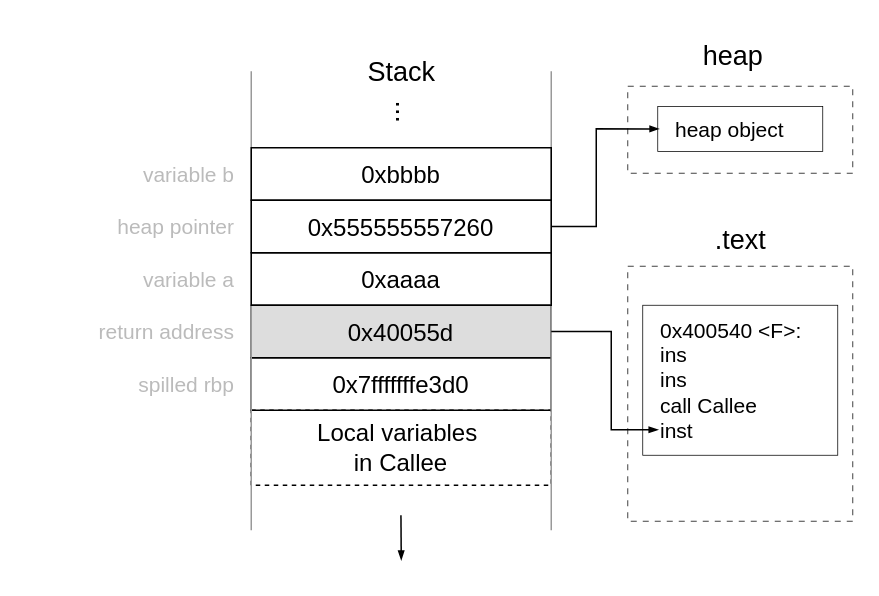
fberlakovich/dissertation keeps this draw.io diagram as page "normal-stack" (2 of 9) of figures/drawio/r2c.drawio. Above is the earlier version. Source tidied: cells renumbered, new cells numbered last; positions are measured from the earlier drawing's top-left corner, leaving out a move shared by most shapes. Both pictures are drawn from the tidied source at 150%, with x=0, y=0 at pixel (26, 26).
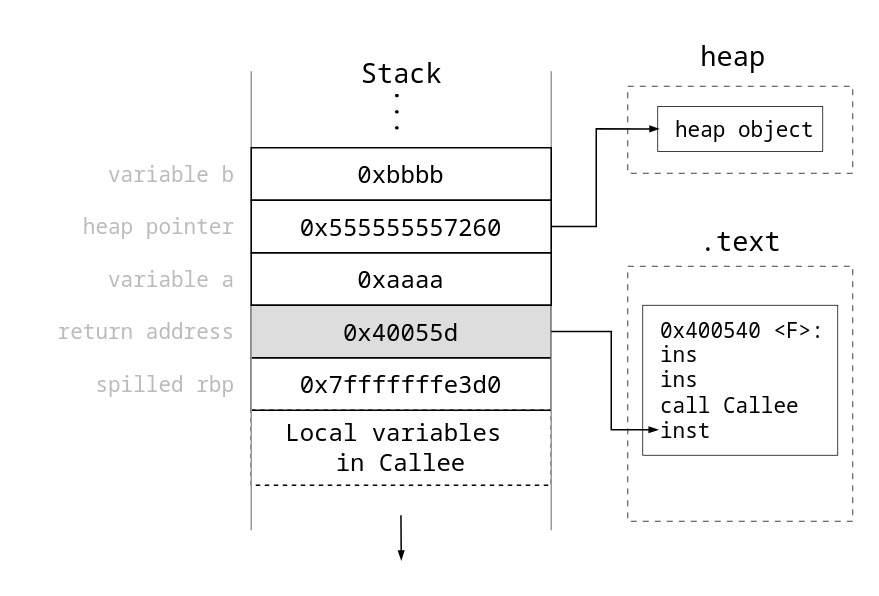
The same page after the edit.

The edit, as a diff of the source:
```diff
@@
-    <mxCell id="2" value="&lt;span style=&quot;color: rgb(0, 0, 0);&quot;&gt;Local variables&amp;nbsp;&lt;/span&gt;&lt;div&gt;&lt;span style=&quot;color: rgb(0, 0, 0);&quot;&gt;in Callee&lt;/span&gt;&lt;/div&gt;" style="rounded=0;whiteSpace=wrap;html=1;shadow=0;strokeColor=default;strokeWidth=1;fontFamily=Fira Code;fontSize=16;fontColor=#C00000;fillColor=none;gradientColor=none;fontStyle=0;dashed=1;" parent="1" vertex="1">
+    <mxCell id="2" value="&lt;span style=&quot;color: rgb(0, 0, 0);&quot;&gt;Local variables&amp;nbsp;&lt;/span&gt;&lt;div&gt;&lt;span style=&quot;color: rgb(0, 0, 0);&quot;&gt;in Callee&lt;/span&gt;&lt;/div&gt;" style="rounded=0;whiteSpace=wrap;html=1;shadow=0;strokeColor=default;strokeWidth=1;fontFamily=Noto Sans Mono;fontSize=16;fontColor=#C00000;fillColor=none;gradientColor=none;fontStyle=0;dashed=1;" parent="1" vertex="1">
       <mxGeometry x="150" y="256" width="200" height="50" as="geometry" />
     </mxCell>
-    <mxCell id="3" style="rounded=0;whiteSpace=wrap;html=1;shadow=0;strokeColor=default;strokeWidth=0.5;fontFamily=Fira Code;fontSize=18;fontColor=default;fillColor=none;dashed=1;dashPattern=8 8;" parent="1" vertex="1">
+    <mxCell id="3" style="rounded=0;whiteSpace=wrap;html=1;shadow=0;strokeColor=default;strokeWidth=0.5;fontFamily=Noto Sans Mono;fontSize=18;fontColor=default;fillColor=none;dashed=1;dashPattern=8 8;" parent="1" vertex="1">
       <mxGeometry x="401" y="160" width="150" height="170" as="geometry" />
     </mxCell>
-    <mxCell id="4" value="&lt;span style=&quot;color: rgb(0, 0, 0);&quot;&gt;0x7fffffffe3d0&lt;/span&gt;" style="rounded=0;whiteSpace=wrap;html=1;shadow=0;strokeColor=default;strokeWidth=1;fontFamily=Fira Code;fontSize=16;fontColor=#C00000;fillColor=none;gradientColor=none;fontStyle=0;" parent="1" vertex="1">
+    <mxCell id="4" value="&lt;span style=&quot;color: rgb(0, 0, 0);&quot;&gt;0x7fffffffe3d0&lt;/span&gt;" style="rounded=0;whiteSpace=wrap;html=1;shadow=0;strokeColor=default;strokeWidth=1;fontFamily=Noto Sans Mono;fontSize=16;fontColor=#C00000;fillColor=none;gradientColor=none;fontStyle=0;" parent="1" vertex="1">
       <mxGeometry x="150" y="221" width="200" height="35" as="geometry" />
     </mxCell>
-    <mxCell id="5" value="0x40055d" style="rounded=0;whiteSpace=wrap;html=1;shadow=0;strokeColor=default;strokeWidth=1;fontFamily=Fira Code;fontSize=16;fontColor=default;fillColor=#DDDDDD;fillStyle=solid;" parent="1" vertex="1">
+    <mxCell id="5" value="0x40055d" style="rounded=0;whiteSpace=wrap;html=1;shadow=0;strokeColor=default;strokeWidth=1;fontFamily=Noto Sans Mono;fontSize=16;fontColor=default;fillColor=#DDDDDD;fillStyle=solid;" parent="1" vertex="1">
       <mxGeometry x="150" y="186" width="200" height="35" as="geometry" />
     </mxCell>
-    <mxCell id="6" value="return address" style="text;html=1;align=right;verticalAlign=middle;strokeColor=none;fillColor=none;fontFamily=Fira Code;fontSize=14;fontColor=#BBBBBB;" parent="1" vertex="1">
+    <mxCell id="6" value="return address" style="text;html=1;align=right;verticalAlign=middle;strokeColor=none;fillColor=none;fontFamily=Noto Sans Mono;fontSize=14;fontColor=#BBBBBB;" parent="1" vertex="1">
       <mxGeometry y="188.5" width="140" height="30" as="geometry" />
     </mxCell>
-    <mxCell id="7" value="spilled rbp" style="text;html=1;align=right;verticalAlign=middle;strokeColor=none;fillColor=none;fontFamily=Fira Code;fontSize=14;fontColor=#BBBBBB;" parent="1" vertex="1">
+    <mxCell id="7" value="spilled rbp" style="text;html=1;align=right;verticalAlign=middle;strokeColor=none;fillColor=none;fontFamily=Noto Sans Mono;fontSize=14;fontColor=#BBBBBB;" parent="1" vertex="1">
       <mxGeometry x="20" y="223.5" width="120" height="30" as="geometry" />
     </mxCell>
-    <mxCell id="8" style="endArrow=none;html=1;rounded=1;strokeColor=#999999;fontFamily=Fira Code;fontSize=18;" parent="1" edge="1">
+    <mxCell id="8" style="endArrow=none;html=1;rounded=1;strokeColor=#999999;fontFamily=Noto Sans Mono;fontSize=18;" parent="1" edge="1">
       <mxGeometry relative="1" as="geometry">
         <mxPoint x="150" y="336" as="sourcePoint" />
         <mxPoint x="150" y="30" as="targetPoint" />
       </mxGeometry>
     </mxCell>
-    <mxCell id="9" value="Stack" style="text;html=1;align=center;verticalAlign=middle;strokeColor=none;fillColor=none;fontFamily=Fira Code;fontSize=18;fontColor=default;fontStyle=0;" parent="1" vertex="1">
+    <mxCell id="9" value="Stack" style="text;html=1;align=center;verticalAlign=middle;strokeColor=none;fillColor=none;fontFamily=Noto Sans Mono;fontSize=18;fontColor=default;fontStyle=0;" parent="1" vertex="1">
       <mxGeometry x="210" y="11" width="80" height="40" as="geometry" />
     </mxCell>
-    <mxCell id="10" value="..." style="text;html=1;align=center;verticalAlign=top;strokeColor=none;fillColor=none;fontFamily=Fira Code;fontSize=18;fontColor=default;rotation=90;" parent="1" vertex="1">
+    <mxCell id="10" value="..." style="text;html=1;align=center;verticalAlign=top;strokeColor=none;fillColor=none;fontFamily=Noto Sans Mono;fontSize=18;fontColor=default;rotation=90;" parent="1" vertex="1">
       <mxGeometry x="220" y="37" width="60" height="40" as="geometry" />
     </mxCell>
-    <mxCell id="11" style="endArrow=blockThin;html=1;rounded=1;strokeColor=#000000;fontFamily=Fira Code;fontSize=16;endFill=1;endSize=4;" parent="1" edge="1">
+    <mxCell id="11" style="endArrow=blockThin;html=1;rounded=1;strokeColor=#000000;fontFamily=Noto Sans Mono;fontSize=16;endFill=1;endSize=4;" parent="1" edge="1">
       <mxGeometry relative="1" as="geometry">
         <mxPoint x="249.8" y="326" as="sourcePoint" />
         <mxPoint x="250" y="356" as="targetPoint" />
       </mxGeometry>
     </mxCell>
-    <mxCell id="12" style="endArrow=none;html=1;rounded=1;strokeColor=#999999;fontFamily=Fira Code;fontSize=18;" parent="1" edge="1">
+    <mxCell id="12" style="endArrow=none;html=1;rounded=1;strokeColor=#999999;fontFamily=Noto Sans Mono;fontSize=18;" parent="1" edge="1">
       <mxGeometry relative="1" as="geometry">
         <mxPoint x="350" y="336" as="sourcePoint" />
         <mxPoint x="350" y="30" as="targetPoint" />
       </mxGeometry>
     </mxCell>
-    <mxCell id="13" value="0x400540 &amp;lt;F&amp;gt;:&lt;div&gt;ins&lt;/div&gt;&lt;div&gt;ins&lt;/div&gt;&lt;div&gt;call Callee&lt;/div&gt;&lt;div&gt;inst&lt;/div&gt;" style="text;html=1;align=left;verticalAlign=middle;points=[[0.08,0.83,0,0,0]];strokeColor=default;fillColor=none;fontFamily=Fira Code;fontSize=14;fontColor=default;strokeWidth=0.5;spacingLeft=10;spacing=2;spacingRight=-7;" parent="1" vertex="1">
+    <mxCell id="13" value="0x400540 &amp;lt;F&amp;gt;:&lt;div&gt;ins&lt;/div&gt;&lt;div&gt;ins&lt;/div&gt;&lt;div&gt;call Callee&lt;/div&gt;&lt;div&gt;inst&lt;/div&gt;" style="text;html=1;align=left;verticalAlign=middle;points=[[0.08,0.83,0,0,0]];strokeColor=default;fillColor=none;fontFamily=Noto Sans Mono;fontSize=14;fontColor=default;strokeWidth=0.5;spacingLeft=10;spacing=2;spacingRight=-7;" parent="1" vertex="1">
       <mxGeometry x="411" y="186" width="130" height="100" as="geometry" />
     </mxCell>
-    <mxCell id="14" value=".text" style="text;html=1;align=center;verticalAlign=middle;strokeColor=none;fillColor=none;fontFamily=Fira Code;fontSize=18;fontColor=default;" parent="1" vertex="1">
+    <mxCell id="14" value=".text" style="text;html=1;align=center;verticalAlign=middle;strokeColor=none;fillColor=none;fontFamily=Noto Sans Mono;fontSize=18;fontColor=default;" parent="1" vertex="1">
       <mxGeometry x="436" y="123" width="80" height="40" as="geometry" />
     </mxCell>
-    <mxCell id="15" style="edgeStyle=orthogonalEdgeStyle;rounded=0;jettySize=auto;html=1;exitX=1;exitY=0.5;exitDx=0;exitDy=0;strokeColor=#000000;fontFamily=Fira Code;fontSize=18;endArrow=blockThin;endFill=1;curved=0;endSize=4;entryX=0.08;entryY=0.83;entryDx=0;entryDy=0;entryPerimeter=0;" parent="1" edge="1" source="5" target="13">
+    <mxCell id="15" style="edgeStyle=orthogonalEdgeStyle;rounded=0;jettySize=auto;html=1;exitX=1;exitY=0.5;exitDx=0;exitDy=0;strokeColor=#000000;fontFamily=Noto Sans Mono;fontSize=18;endArrow=blockThin;endFill=1;curved=0;endSize=4;entryX=0.08;entryY=0.83;entryDx=0;entryDy=0;entryPerimeter=0;" parent="1" edge="1" source="5" target="13">
       <mxGeometry relative="1" as="geometry">
         <Array as="points">
           <mxPoint x="390" y="204" />
           <mxPoint x="390" y="269" />
         </Array>
       </mxGeometry>
     </mxCell>
-    <mxCell id="16" value="&lt;span style=&quot;color: rgb(0, 0, 0);&quot;&gt;0xaaaa&lt;/span&gt;" style="rounded=0;whiteSpace=wrap;html=1;shadow=0;strokeColor=default;strokeWidth=1;fontFamily=Fira Code;fontSize=16;fontColor=#C00000;fillColor=none;gradientColor=none;fontStyle=0;" parent="1" vertex="1">
+    <mxCell id="16" value="&lt;span style=&quot;color: rgb(0, 0, 0);&quot;&gt;0xaaaa&lt;/span&gt;" style="rounded=0;whiteSpace=wrap;html=1;shadow=0;strokeColor=default;strokeWidth=1;fontFamily=Noto Sans Mono;fontSize=16;fontColor=#C00000;fillColor=none;gradientColor=none;fontStyle=0;" parent="1" vertex="1">
       <mxGeometry x="150" y="151" width="200" height="35" as="geometry" />
     </mxCell>
-    <mxCell id="17" value="&lt;span style=&quot;color: rgb(0, 0, 0);&quot;&gt;0x555555557260&lt;/span&gt;" style="rounded=0;whiteSpace=wrap;html=1;shadow=0;strokeColor=default;strokeWidth=1;fontFamily=Fira Code;fontSize=16;fontColor=#C00000;fillColor=none;gradientColor=none;fontStyle=0;" parent="1" vertex="1">
+    <mxCell id="17" value="&lt;span style=&quot;color: rgb(0, 0, 0);&quot;&gt;0x555555557260&lt;/span&gt;" style="rounded=0;whiteSpace=wrap;html=1;shadow=0;strokeColor=default;strokeWidth=1;fontFamily=Noto Sans Mono;fontSize=16;fontColor=#C00000;fillColor=none;gradientColor=none;fontStyle=0;" parent="1" vertex="1">
       <mxGeometry x="150" y="116" width="200" height="35" as="geometry" />
     </mxCell>
-    <mxCell id="18" value="&lt;span style=&quot;color: rgb(0, 0, 0);&quot;&gt;0xbbbb&lt;/span&gt;" style="rounded=0;whiteSpace=wrap;html=1;shadow=0;strokeColor=default;strokeWidth=1;fontFamily=Fira Code;fontSize=16;fontColor=#C00000;fillColor=none;gradientColor=none;fontStyle=0;" parent="1" vertex="1">
+    <mxCell id="18" value="&lt;span style=&quot;color: rgb(0, 0, 0);&quot;&gt;0xbbbb&lt;/span&gt;" style="rounded=0;whiteSpace=wrap;html=1;shadow=0;strokeColor=default;strokeWidth=1;fontFamily=Noto Sans Mono;fontSize=16;fontColor=#C00000;fillColor=none;gradientColor=none;fontStyle=0;" parent="1" vertex="1">
       <mxGeometry x="150" y="81" width="200" height="35" as="geometry" />
     </mxCell>
-    <mxCell id="19" value="variable a" style="text;html=1;align=right;verticalAlign=middle;strokeColor=none;fillColor=none;fontFamily=Fira Code;fontSize=14;fontColor=#BBBBBB;" parent="1" vertex="1">
+    <mxCell id="19" value="variable a" style="text;html=1;align=right;verticalAlign=middle;strokeColor=none;fillColor=none;fontFamily=Noto Sans Mono;fontSize=14;fontColor=#BBBBBB;" parent="1" vertex="1">
       <mxGeometry x="30" y="153.5" width="110" height="30" as="geometry" />
     </mxCell>
-    <mxCell id="20" value="variable b" style="text;html=1;align=right;verticalAlign=middle;strokeColor=none;fillColor=none;fontFamily=Fira Code;fontSize=14;fontColor=#BBBBBB;" parent="1" vertex="1">
+    <mxCell id="20" value="variable b" style="text;html=1;align=right;verticalAlign=middle;strokeColor=none;fillColor=none;fontFamily=Noto Sans Mono;fontSize=14;fontColor=#BBBBBB;" parent="1" vertex="1">
       <mxGeometry x="30" y="83.5" width="110" height="30" as="geometry" />
     </mxCell>
-    <mxCell id="21" value="heap pointer" style="text;html=1;align=right;verticalAlign=middle;strokeColor=none;fillColor=none;fontFamily=Fira Code;fontSize=14;fontColor=#BBBBBB;" parent="1" vertex="1">
+    <mxCell id="21" value="heap pointer" style="text;html=1;align=right;verticalAlign=middle;strokeColor=none;fillColor=none;fontFamily=Noto Sans Mono;fontSize=14;fontColor=#BBBBBB;" parent="1" vertex="1">
       <mxGeometry x="20" y="118.5" width="120" height="30" as="geometry" />
     </mxCell>
-    <mxCell id="22" style="rounded=0;whiteSpace=wrap;html=1;shadow=0;strokeColor=default;strokeWidth=0.5;fontFamily=Fira Code;fontSize=18;fontColor=default;fillColor=none;dashed=1;dashPattern=8 8;" parent="1" vertex="1">
+    <mxCell id="22" style="rounded=0;whiteSpace=wrap;html=1;shadow=0;strokeColor=default;strokeWidth=0.5;fontFamily=Noto Sans Mono;fontSize=18;fontColor=default;fillColor=none;dashed=1;dashPattern=8 8;" parent="1" vertex="1">
       <mxGeometry x="401" y="40" width="150" height="58" as="geometry" />
     </mxCell>
-    <mxCell id="23" value="heap object" style="text;html=1;align=left;verticalAlign=middle;points=[[0.08,0.83,0,0,0]];strokeColor=default;fillColor=none;fontFamily=Fira Code;fontSize=14;fontColor=default;strokeWidth=0.5;spacingLeft=10;spacing=2;spacingRight=-7;" parent="1" vertex="1">
+    <mxCell id="23" value="heap object" style="text;html=1;align=left;verticalAlign=middle;points=[[0.08,0.83,0,0,0]];strokeColor=default;fillColor=none;fontFamily=Noto Sans Mono;fontSize=14;fontColor=default;strokeWidth=0.5;spacingLeft=10;spacing=2;spacingRight=-7;" parent="1" vertex="1">
       <mxGeometry x="421" y="53.5" width="110" height="30" as="geometry" />
     </mxCell>
-    <mxCell id="24" value="heap" style="text;html=1;align=center;verticalAlign=middle;strokeColor=none;fillColor=none;fontFamily=Fira Code;fontSize=18;fontColor=default;" parent="1" vertex="1">
+    <mxCell id="24" value="heap" style="text;html=1;align=center;verticalAlign=middle;strokeColor=none;fillColor=none;fontFamily=Noto Sans Mono;fontSize=18;fontColor=default;" parent="1" vertex="1">
       <mxGeometry x="436" width="70" height="40" as="geometry" />
     </mxCell>
-    <mxCell id="25" style="edgeStyle=orthogonalEdgeStyle;shape=connector;curved=0;rounded=0;jettySize=auto;html=1;exitX=1;exitY=0.5;exitDx=0;exitDy=0;entryX=0.009;entryY=0.498;entryDx=0;entryDy=0;entryPerimeter=0;strokeColor=#000000;align=center;verticalAlign=middle;fontFamily=Fira Code;fontSize=18;fontColor=default;labelBackgroundColor=default;endArrow=blockThin;endFill=1;endSize=4;" parent="1" edge="1" source="17" target="23">
+    <mxCell id="25" style="edgeStyle=orthogonalEdgeStyle;shape=connector;curved=0;rounded=0;jettySize=auto;html=1;exitX=1;exitY=0.5;exitDx=0;exitDy=0;entryX=0.009;entryY=0.498;entryDx=0;entryDy=0;entryPerimeter=0;strokeColor=#000000;align=center;verticalAlign=middle;fontFamily=Noto Sans Mono;fontSize=18;fontColor=default;labelBackgroundColor=default;endArrow=blockThin;endFill=1;endSize=4;" parent="1" edge="1" source="17" target="23">
       <mxGeometry relative="1" as="geometry">
         <Array as="points">
           <mxPoint x="380" y="134" />
           <mxPoint x="380" y="68" />
         </Array>
       </mxGeometry>
     </mxCell>
```
